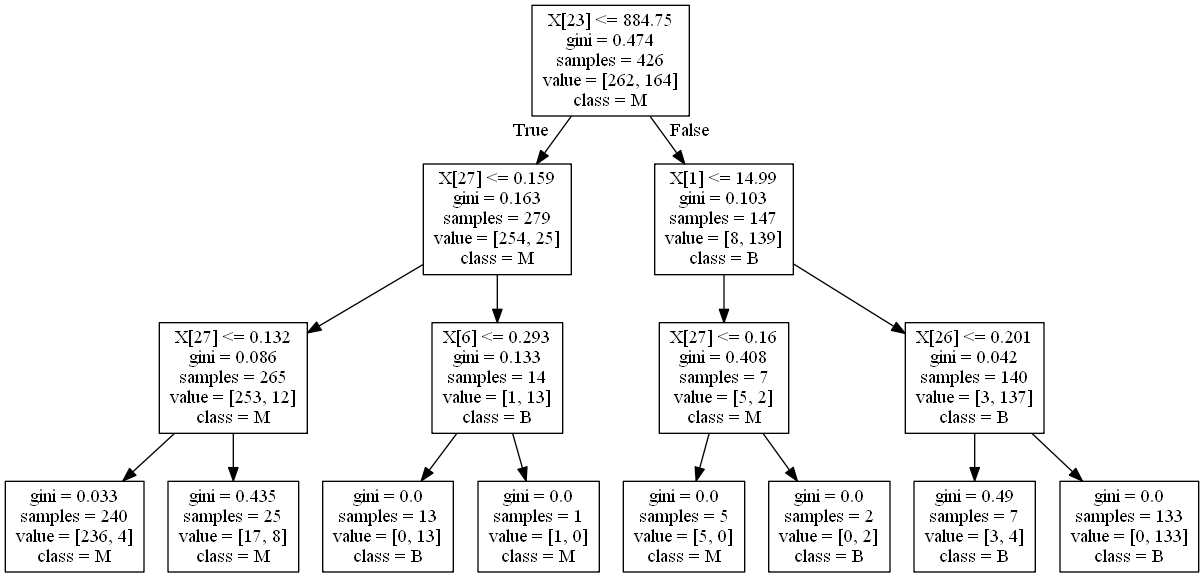
Above: (90703)xx.교재의_핵심_Script/Python_Script/tree.dot.png in chiral20/HiddenFigures (Graphviz), before the change. Its source is kept beside it as (90703)xx.교재의_핵심_Script/Python_Script/tree.dot. Source of this version:
```dot
digraph Tree {
node [shape=box] ;
0 [label="X[23] <= 884.75\ngini = 0.474\nsamples = 426\nvalue = [262, 164]\nclass = M"] ;
1 [label="X[27] <= 0.159\ngini = 0.163\nsamples = 279\nvalue = [254, 25]\nclass = M"] ;
0 -> 1 [labeldistance=2.5, labelangle=45, headlabel="True"] ;
2 [label="X[27] <= 0.132\ngini = 0.086\nsamples = 265\nvalue = [253, 12]\nclass = M"] ;
1 -> 2 ;
3 [label="gini = 0.033\nsamples = 240\nvalue = [236, 4]\nclass = M"] ;
2 -> 3 ;
4 [label="gini = 0.435\nsamples = 25\nvalue = [17, 8]\nclass = M"] ;
2 -> 4 ;
5 [label="X[6] <= 0.293\ngini = 0.133\nsamples = 14\nvalue = [1, 13]\nclass = B"] ;
1 -> 5 ;
6 [label="gini = 0.0\nsamples = 13\nvalue = [0, 13]\nclass = B"] ;
5 -> 6 ;
7 [label="gini = 0.0\nsamples = 1\nvalue = [1, 0]\nclass = M"] ;
5 -> 7 ;
8 [label="X[1] <= 14.99\ngini = 0.103\nsamples = 147\nvalue = [8, 139]\nclass = B"] ;
0 -> 8 [labeldistance=2.5, labelangle=-45, headlabel="False"] ;
9 [label="X[27] <= 0.16\ngini = 0.408\nsamples = 7\nvalue = [5, 2]\nclass = M"] ;
8 -> 9 ;
10 [label="gini = 0.0\nsamples = 5\nvalue = [5, 0]\nclass = M"] ;
9 -> 10 ;
11 [label="gini = 0.0\nsamples = 2\nvalue = [0, 2]\nclass = B"] ;
9 -> 11 ;
12 [label="X[26] <= 0.201\ngini = 0.042\nsamples = 140\nvalue = [3, 137]\nclass = B"] ;
8 -> 12 ;
13 [label="gini = 0.49\nsamples = 7\nvalue = [3, 4]\nclass = B"] ;
12 -> 13 ;
14 [label="gini = 0.0\nsamples = 133\nvalue = [0, 133]\nclass = B"] ;
12 -> 14 ;
}
```
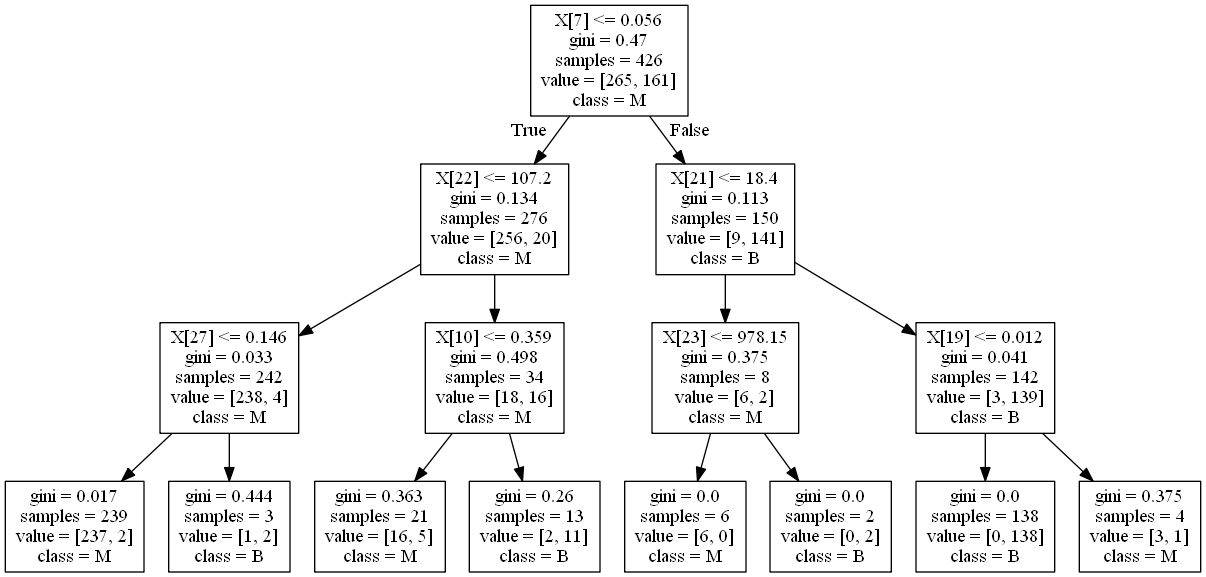
Later version of the same file.

What changed in the source:
```diff
@@ -1,32 +1,32 @@
 digraph Tree {
 node [shape=box] ;
-0 [label="X[23] <= 884.75\ngini = 0.474\nsamples = 426\nvalue = [262, 164]\nclass = M"] ;
-1 [label="X[27] <= 0.159\ngini = 0.163\nsamples = 279\nvalue = [254, 25]\nclass = M"] ;
+0 [label="X[7] <= 0.056\ngini = 0.47\nsamples = 426\nvalue = [265, 161]\nclass = M"] ;
+1 [label="X[22] <= 107.2\ngini = 0.134\nsamples = 276\nvalue = [256, 20]\nclass = M"] ;
 0 -> 1 [labeldistance=2.5, labelangle=45, headlabel="True"] ;
-2 [label="X[27] <= 0.132\ngini = 0.086\nsamples = 265\nvalue = [253, 12]\nclass = M"] ;
+2 [label="X[27] <= 0.146\ngini = 0.033\nsamples = 242\nvalue = [238, 4]\nclass = M"] ;
 1 -> 2 ;
-3 [label="gini = 0.033\nsamples = 240\nvalue = [236, 4]\nclass = M"] ;
+3 [label="gini = 0.017\nsamples = 239\nvalue = [237, 2]\nclass = M"] ;
 2 -> 3 ;
-4 [label="gini = 0.435\nsamples = 25\nvalue = [17, 8]\nclass = M"] ;
+4 [label="gini = 0.444\nsamples = 3\nvalue = [1, 2]\nclass = B"] ;
 2 -> 4 ;
-5 [label="X[6] <= 0.293\ngini = 0.133\nsamples = 14\nvalue = [1, 13]\nclass = B"] ;
+5 [label="X[10] <= 0.359\ngini = 0.498\nsamples = 34\nvalue = [18, 16]\nclass = M"] ;
 1 -> 5 ;
-6 [label="gini = 0.0\nsamples = 13\nvalue = [0, 13]\nclass = B"] ;
+6 [label="gini = 0.363\nsamples = 21\nvalue = [16, 5]\nclass = M"] ;
 5 -> 6 ;
-7 [label="gini = 0.0\nsamples = 1\nvalue = [1, 0]\nclass = M"] ;
+7 [label="gini = 0.26\nsamples = 13\nvalue = [2, 11]\nclass = B"] ;
 5 -> 7 ;
-8 [label="X[1] <= 14.99\ngini = 0.103\nsamples = 147\nvalue = [8, 139]\nclass = B"] ;
+8 [label="X[21] <= 18.4\ngini = 0.113\nsamples = 150\nvalue = [9, 141]\nclass = B"] ;
 0 -> 8 [labeldistance=2.5, labelangle=-45, headlabel="False"] ;
-9 [label="X[27] <= 0.16\ngini = 0.408\nsamples = 7\nvalue = [5, 2]\nclass = M"] ;
+9 [label="X[23] <= 978.15\ngini = 0.375\nsamples = 8\nvalue = [6, 2]\nclass = M"] ;
 8 -> 9 ;
-10 [label="gini = 0.0\nsamples = 5\nvalue = [5, 0]\nclass = M"] ;
+10 [label="gini = 0.0\nsamples = 6\nvalue = [6, 0]\nclass = M"] ;
 9 -> 10 ;
 11 [label="gini = 0.0\nsamples = 2\nvalue = [0, 2]\nclass = B"] ;
 9 -> 11 ;
-12 [label="X[26] <= 0.201\ngini = 0.042\nsamples = 140\nvalue = [3, 137]\nclass = B"] ;
+12 [label="X[19] <= 0.012\ngini = 0.041\nsamples = 142\nvalue = [3, 139]\nclass = B"] ;
 8 -> 12 ;
-13 [label="gini = 0.49\nsamples = 7\nvalue = [3, 4]\nclass = B"] ;
+13 [label="gini = 0.0\nsamples = 138\nvalue = [0, 138]\nclass = B"] ;
 12 -> 13 ;
-14 [label="gini = 0.0\nsamples = 133\nvalue = [0, 133]\nclass = B"] ;
+14 [label="gini = 0.375\nsamples = 4\nvalue = [3, 1]\nclass = M"] ;
 12 -> 14 ;
 }
```
